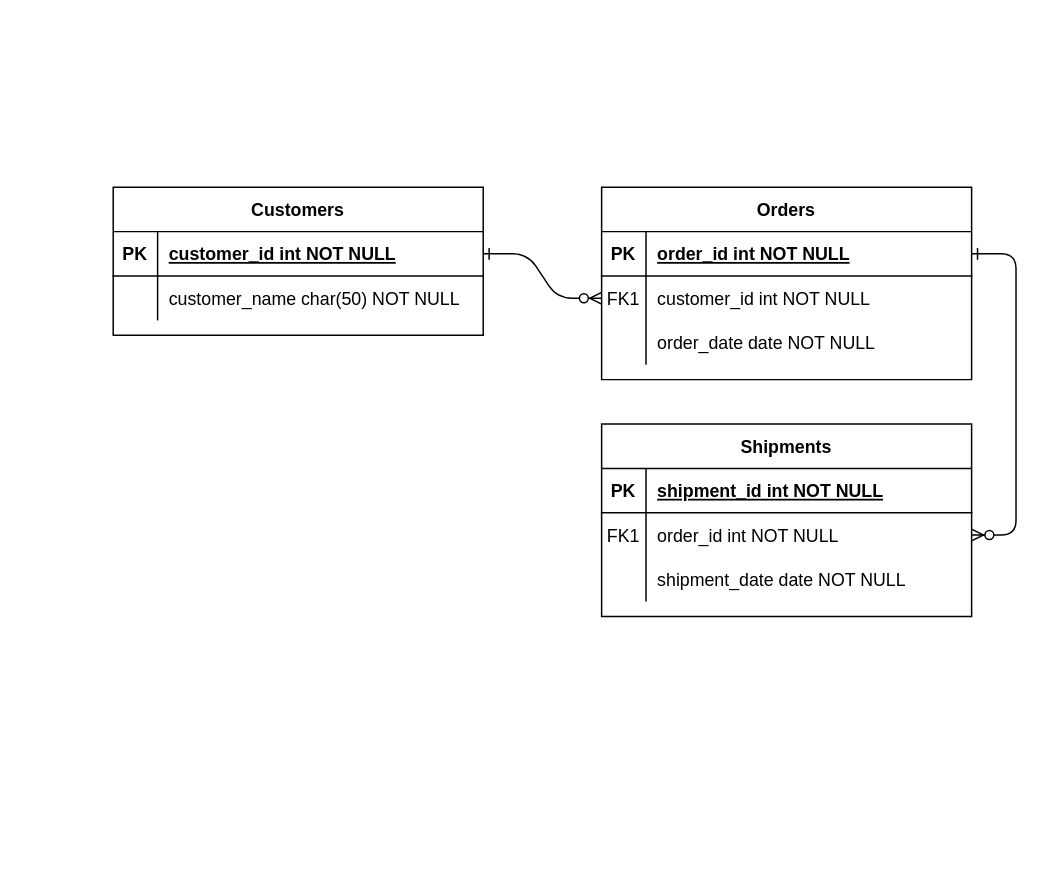
The draw.io diagram database/migrations/Untitled Diagram.drawio in namanbairagi3/3june2024-electro-, before the edit. Source tidied: cells renumbered, new cells numbered last; positions are measured from the earlier drawing's top-left corner, leaving out a move shared by most shapes. Both pictures are drawn from the tidied source at 148%, with x=0, y=0 at pixel (112, 186).
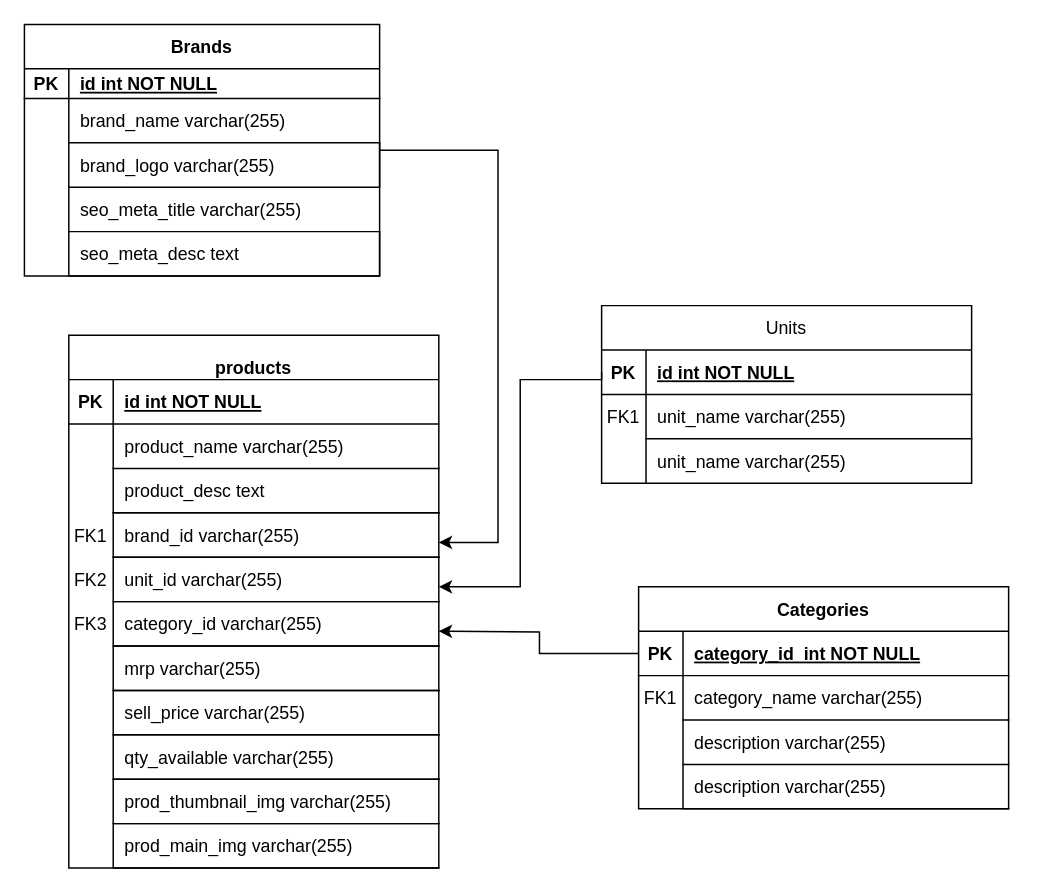
After the change.

The change refers to these unchanged cells:
```xml
<mxCell id="5" style="shape=partialRectangle;fillColor=none;points=[[0,0.5],[1,0.5]];portConstraint=eastwest;top=0;left=0;right=0;bottom=1;" parent="4" vertex="1">
  <mxGeometry y="30" width="250" height="30" as="geometry" />
</mxCell>
<mxCell id="8" style="shape=partialRectangle;fillColor=none;points=[[0,0.5],[1,0.5]];portConstraint=eastwest;top=0;left=0;right=0;bottom=0;" parent="4" vertex="1">
  <mxGeometry y="60" width="250" height="30" as="geometry" />
</mxCell>
<mxCell id="11" style="shape=partialRectangle;fillColor=none;top=0;left=0;right=0;bottom=0;" parent="4" vertex="1">
  <mxGeometry y="90" width="250" height="30" as="geometry" />
</mxCell>
```

The edit, as a diff of the source:
```diff
@@
-    <mxCell id="2" style="edgeStyle=entityRelationEdgeStyle;endArrow=ERzeroToMany;startArrow=ERone;endFill=1;startFill=0;" parent="1" edge="1" source="25" target="8">
-      <mxGeometry relative="1" as="geometry" />
-    </mxCell>
-    <mxCell id="3" style="edgeStyle=entityRelationEdgeStyle;endArrow=ERzeroToMany;startArrow=ERone;endFill=1;startFill=0;" parent="1" edge="1" source="5" target="18">
-      <mxGeometry relative="1" as="geometry" />
-    </mxCell>
+    <mxCell id="14" value="Units" style="shape=table;startSize=30;childLayout=tableLayout;rowLines=0;fontStyle=0;align=center;" parent="1" vertex="1">
+      <mxGeometry x="330" y="80" width="250" height="120" as="geometry" />
+    </mxCell>
+    <mxCell id="15" style="shape=partialRectangle;fillColor=none;points=[[0,0.5],[1,0.5]];portConstraint=eastwest;top=0;left=0;right=0;bottom=1;" parent="14" vertex="1">
+      <mxGeometry y="30" width="250" height="30" as="geometry" />
+    </mxCell>
+    <mxCell id="16" value="PK" style="shape=partialRectangle;overflow=hidden;fillColor=none;top=0;left=0;bottom=0;right=0;fontStyle=1;" parent="15" vertex="1">
+      <mxGeometry width="30" height="30" as="geometry" />
+    </mxCell>
+    <mxCell id="17" value="id int NOT NULL " style="shape=partialRectangle;overflow=hidden;fillColor=none;top=0;left=0;bottom=0;right=0;align=left;spacingLeft=6;fontStyle=5;" parent="15" vertex="1">
+      <mxGeometry x="30" width="220" height="30" as="geometry" />
+    </mxCell>
+    <mxCell id="18" style="shape=partialRectangle;fillColor=none;points=[[0,0.5],[1,0.5]];portConstraint=eastwest;top=0;left=0;right=0;bottom=0;" parent="14" vertex="1">
+      <mxGeometry y="60" width="250" height="30" as="geometry" />
+    </mxCell>
+    <mxCell id="19" value="FK1" style="shape=partialRectangle;overflow=hidden;fillColor=none;top=0;left=0;bottom=0;right=0;" parent="18" vertex="1">
+      <mxGeometry width="30" height="30" as="geometry" />
+    </mxCell>
+    <mxCell id="20" value="unit_name varchar(255)" style="shape=partialRectangle;overflow=hidden;fillColor=none;top=0;left=0;bottom=0;right=0;align=left;spacingLeft=6;" parent="18" vertex="1">
+      <mxGeometry x="30" width="220" height="30" as="geometry" />
+    </mxCell>
+    <mxCell id="21" style="shape=partialRectangle;fillColor=none;top=0;left=0;right=0;bottom=0;" parent="14" vertex="1">
+      <mxGeometry y="90" width="250" height="30" as="geometry" />
+    </mxCell>
+    <mxCell id="22" style="shape=partialRectangle;overflow=hidden;fillColor=none;top=0;left=0;bottom=0;right=0;" parent="21" vertex="1">
+      <mxGeometry width="30" height="30" as="geometry" />
+    </mxCell>
+    <mxCell id="23" value="unit_name varchar(255)" style="shape=partialRectangle;overflow=hidden;fillColor=none;top=1;left=0;bottom=0;right=0;align=left;spacingLeft=6;" parent="21" vertex="1">
+      <mxGeometry x="30" width="220" height="30" as="geometry" />
+    </mxCell>
+    <mxCell id="31" style="edgeStyle=orthogonalEdgeStyle;rounded=0;jettySize=auto;html=1;" parent="1" edge="1" source="24">
+      <mxGeometry relative="1" as="geometry">
+        <mxPoint x="220" y="240" as="targetPoint" />
+        <Array as="points">
+          <mxPoint x="260" y="-25" />
+          <mxPoint x="260" y="240" />
+        </Array>
+      </mxGeometry>
+    </mxCell>
+    <mxCell id="24" value="Brands" style="shape=table;startSize=30;childLayout=tableLayout;rowLines=0;fontStyle=1;align=center;" parent="1" vertex="1">
+      <mxGeometry x="-60" y="-110" width="240" height="170" as="geometry" />
+    </mxCell>
+    <mxCell id="25" style="shape=partialRectangle;fillColor=none;points=[[0,0.5],[1,0.5]];portConstraint=eastwest;top=0;left=0;right=0;bottom=1;" parent="24" vertex="1">
+      <mxGeometry y="30" width="240" height="20" as="geometry" />
+    </mxCell>
+    <mxCell id="26" value="PK" style="shape=partialRectangle;overflow=hidden;fillColor=none;top=0;left=0;bottom=0;right=0;fontStyle=1;" parent="25" vertex="1">
+      <mxGeometry width="30" height="20" as="geometry" />
+    </mxCell>
+    <mxCell id="27" value="id int NOT NULL " style="shape=partialRectangle;overflow=hidden;fillColor=none;top=0;left=0;bottom=0;right=0;align=left;spacingLeft=6;fontStyle=5;" parent="25" vertex="1">
+      <mxGeometry x="30" width="210" height="20" as="geometry" />
+    </mxCell>
+    <mxCell id="28" style="shape=partialRectangle;fillColor=none;top=0;left=0;right=0;bottom=0;" parent="24" vertex="1">
+      <mxGeometry y="50" width="240" height="30" as="geometry" />
+    </mxCell>
+    <mxCell id="29" style="shape=partialRectangle;overflow=hidden;fillColor=none;top=0;left=0;bottom=0;right=0;" parent="28" vertex="1">
+      <mxGeometry width="30" height="30" as="geometry" />
+    </mxCell>
+    <mxCell id="30" value="brand_name varchar(255)" style="shape=partialRectangle;overflow=hidden;fillColor=none;top=0;left=0;bottom=0;right=0;align=left;spacingLeft=6;" parent="28" vertex="1">
+      <mxGeometry x="30" width="210" height="30" as="geometry" />
+    </mxCell>
+    <mxCell id="32" value="&#10;products" style="shape=table;startSize=30;childLayout=tableLayout;rowLines=0;fontStyle=1;align=center;" parent="1" vertex="1">
+      <mxGeometry x="-30" y="100" width="250" height="360" as="geometry" />
+    </mxCell>
+    <mxCell id="33" style="shape=partialRectangle;fillColor=none;top=0;left=0;right=0;bottom=1;" parent="32" vertex="1">
+      <mxGeometry y="30" width="250" height="30" as="geometry" />
+    </mxCell>
+    <mxCell id="34" value="PK" style="shape=partialRectangle;overflow=hidden;fillColor=none;top=0;left=0;bottom=0;right=0;fontStyle=1;" parent="33" vertex="1">
+      <mxGeometry width="30" height="30" as="geometry" />
+    </mxCell>
+    <mxCell id="35" value="id int NOT NULL " style="shape=partialRectangle;overflow=hidden;fillColor=none;top=0;left=0;bottom=0;right=0;align=left;spacingLeft=6;fontStyle=5;" parent="33" vertex="1">
+      <mxGeometry x="30" width="220" height="30" as="geometry" />
+    </mxCell>
+    <mxCell id="36" style="shape=partialRectangle;fillColor=none;top=0;left=0;right=0;bottom=0;" parent="32" vertex="1">
+      <mxGeometry y="60" width="250" height="30" as="geometry" />
+    </mxCell>
+    <mxCell id="37" style="shape=partialRectangle;overflow=hidden;fillColor=none;top=0;left=0;bottom=0;right=0;" parent="36" vertex="1">
+      <mxGeometry width="30" height="30" as="geometry" />
+    </mxCell>
+    <mxCell id="38" value="product_name varchar(255)" style="shape=partialRectangle;overflow=hidden;fillColor=none;top=0;left=0;bottom=0;right=0;align=left;spacingLeft=6;" parent="36" vertex="1">
+      <mxGeometry x="30" width="220" height="30" as="geometry" />
+    </mxCell>
+    <mxCell id="39" style="shape=partialRectangle;fillColor=none;top=0;left=0;right=0;bottom=0;" parent="32" vertex="1">
+      <mxGeometry y="90" width="250" height="30" as="geometry" />
+    </mxCell>
+    <mxCell id="40" style="shape=partialRectangle;overflow=hidden;fillColor=none;top=0;left=0;bottom=0;right=0;" parent="39" vertex="1">
+      <mxGeometry width="30" height="30" as="geometry" />
+    </mxCell>
+    <mxCell id="41" value="product_desc text" style="shape=partialRectangle;overflow=hidden;fillColor=none;top=1;left=0;bottom=1;right=0;align=left;spacingLeft=6;" parent="39" vertex="1">
+      <mxGeometry x="30" width="220" height="30" as="geometry" />
+    </mxCell>
+    <mxCell id="42" value="brand_logo varchar(255)" style="shape=partialRectangle;overflow=hidden;fillColor=none;top=1;left=1;bottom=1;right=1;align=left;spacingLeft=6;" parent="1" vertex="1">
+      <mxGeometry x="-30" y="-30" width="210" height="30" as="geometry" />
+    </mxCell>
+    <mxCell id="43" value="seo_meta_title varchar(255)" style="shape=partialRectangle;overflow=hidden;fillColor=none;top=0;left=1;bottom=0;right=0;align=left;spacingLeft=6;" parent="1" vertex="1">
+      <mxGeometry x="-30" width="210" height="30" as="geometry" />
+    </mxCell>
+    <mxCell id="44" value="seo_meta_desc text" style="shape=partialRectangle;overflow=hidden;fillColor=none;top=1;left=1;bottom=1;right=1;align=left;spacingLeft=6;" parent="1" vertex="1">
+      <mxGeometry x="-30" y="30" width="210" height="30" as="geometry" />
+    </mxCell>
+    <mxCell id="45" value="brand_id varchar(255)" style="shape=partialRectangle;overflow=hidden;fillColor=none;top=1;left=1;bottom=1;right=0;align=left;spacingLeft=6;" parent="1" vertex="1">
+      <mxGeometry y="220" width="220" height="30" as="geometry" />
+    </mxCell>
+    <mxCell id="46" value="unit_id varchar(255)" style="shape=partialRectangle;overflow=hidden;fillColor=none;top=1;left=1;bottom=1;right=0;align=left;spacingLeft=6;" parent="1" vertex="1">
+      <mxGeometry y="250" width="220" height="30" as="geometry" />
+    </mxCell>
+    <mxCell id="47" value="category_id varchar(255)" style="shape=partialRectangle;overflow=hidden;fillColor=none;top=1;left=1;bottom=1;right=0;align=left;spacingLeft=6;" parent="1" vertex="1">
+      <mxGeometry y="280" width="220" height="30" as="geometry" />
+    </mxCell>
+    <mxCell id="48" value="mrp varchar(255)" style="shape=partialRectangle;overflow=hidden;fillColor=none;top=1;left=1;bottom=1;right=0;align=left;spacingLeft=6;" parent="1" vertex="1">
+      <mxGeometry y="310" width="220" height="30" as="geometry" />
+    </mxCell>
+    <mxCell id="49" value="sell_price varchar(255)" style="shape=partialRectangle;overflow=hidden;fillColor=none;top=1;left=1;bottom=1;right=0;align=left;spacingLeft=6;" parent="1" vertex="1">
+      <mxGeometry y="340" width="220" height="30" as="geometry" />
+    </mxCell>
+    <mxCell id="50" value="qty_available varchar(255)" style="shape=partialRectangle;overflow=hidden;fillColor=none;top=1;left=1;bottom=1;right=0;align=left;spacingLeft=6;" parent="1" vertex="1">
+      <mxGeometry y="370" width="220" height="30" as="geometry" />
+    </mxCell>
+    <mxCell id="51" value="prod_thumbnail_img varchar(255)" style="shape=partialRectangle;overflow=hidden;fillColor=none;top=1;left=1;bottom=1;right=0;align=left;spacingLeft=6;" parent="1" vertex="1">
+      <mxGeometry y="400" width="220" height="30" as="geometry" />
+    </mxCell>
+    <mxCell id="52" value="prod_main_img varchar(255)" style="shape=partialRectangle;overflow=hidden;fillColor=none;top=1;left=1;bottom=1;right=0;align=left;spacingLeft=6;" parent="1" vertex="1">
+      <mxGeometry y="430" width="220" height="30" as="geometry" />
+    </mxCell>
+    <mxCell id="53" style="edgeStyle=orthogonalEdgeStyle;rounded=0;jettySize=auto;html=1;exitX=0;exitY=0.5;exitDx=0;exitDy=0;" parent="1" edge="1" source="5">
+      <mxGeometry relative="1" as="geometry">
+        <mxPoint x="220" y="300" as="targetPoint" />
+      </mxGeometry>
+    </mxCell>
-    <mxCell id="4" value="Orders" style="shape=table;startSize=30;childLayout=tableLayout;rowLines=0;fontStyle=1;align=center;" parent="1" vertex="1">
-      <mxGeometry x="330" width="250" height="130" as="geometry" />
+    <mxCell id="4" value="Categories" style="shape=table;startSize=30;childLayout=tableLayout;rowLines=0;fontStyle=1;align=center;" parent="1" vertex="1">
+      <mxGeometry x="355" y="270" width="250" height="150" as="geometry" />
     </mxCell>
@@
-    <mxCell id="7" value="order_id int NOT NULL " style="shape=partialRectangle;overflow=hidden;fillColor=none;top=0;left=0;bottom=0;right=0;align=left;spacingLeft=6;fontStyle=5;" parent="5" vertex="1">
+    <mxCell id="7" value="category_id  int NOT NULL " style="shape=partialRectangle;overflow=hidden;fillColor=none;top=0;left=0;bottom=0;right=0;align=left;spacingLeft=6;fontStyle=5;" parent="5" vertex="1">
       <mxGeometry x="30" width="220" height="30" as="geometry" />
     </mxCell>
@@
-    <mxCell id="10" value="customer_id int NOT NULL" style="shape=partialRectangle;overflow=hidden;fillColor=none;top=0;left=0;bottom=0;right=0;align=left;spacingLeft=6;" parent="8" vertex="1">
+    <mxCell id="10" value="category_name varchar(255)" style="shape=partialRectangle;overflow=hidden;fillColor=none;top=0;left=0;bottom=0;right=0;align=left;spacingLeft=6;" parent="8" vertex="1">
       <mxGeometry x="30" width="220" height="30" as="geometry" />
     </mxCell>
@@
-    <mxCell id="13" value="order_date date NOT NULL" style="shape=partialRectangle;overflow=hidden;fillColor=none;top=0;left=0;bottom=0;right=0;align=left;spacingLeft=6;" parent="11" vertex="1">
+    <mxCell id="13" value="description varchar(255)" style="shape=partialRectangle;overflow=hidden;fillColor=none;top=1;left=0;bottom=0;right=0;align=left;spacingLeft=6;" parent="11" vertex="1">
       <mxGeometry x="30" width="220" height="30" as="geometry" />
     </mxCell>
-    <mxCell id="14" value="Shipments" style="shape=table;startSize=30;childLayout=tableLayout;rowLines=0;fontStyle=1;align=center;" parent="1" vertex="1">
-      <mxGeometry x="330" y="160" width="250" height="130" as="geometry" />
-    </mxCell>
-    <mxCell id="15" style="shape=partialRectangle;fillColor=none;points=[[0,0.5],[1,0.5]];portConstraint=eastwest;top=0;left=0;right=0;bottom=1;" parent="14" vertex="1">
-      <mxGeometry y="30" width="250" height="30" as="geometry" />
-    </mxCell>
-    <mxCell id="16" value="PK" style="shape=partialRectangle;overflow=hidden;fillColor=none;top=0;left=0;bottom=0;right=0;fontStyle=1;" parent="15" vertex="1">
-      <mxGeometry width="30" height="30" as="geometry" />
-    </mxCell>
-    <mxCell id="17" value="shipment_id int NOT NULL " style="shape=partialRectangle;overflow=hidden;fillColor=none;top=0;left=0;bottom=0;right=0;align=left;spacingLeft=6;fontStyle=5;" parent="15" vertex="1">
-      <mxGeometry x="30" width="220" height="30" as="geometry" />
-    </mxCell>
-    <mxCell id="18" style="shape=partialRectangle;fillColor=none;points=[[0,0.5],[1,0.5]];portConstraint=eastwest;top=0;left=0;right=0;bottom=0;" parent="14" vertex="1">
-      <mxGeometry y="60" width="250" height="30" as="geometry" />
-    </mxCell>
-    <mxCell id="19" value="FK1" style="shape=partialRectangle;overflow=hidden;fillColor=none;top=0;left=0;bottom=0;right=0;" parent="18" vertex="1">
-      <mxGeometry width="30" height="30" as="geometry" />
-    </mxCell>
-    <mxCell id="20" value="order_id int NOT NULL" style="shape=partialRectangle;overflow=hidden;fillColor=none;top=0;left=0;bottom=0;right=0;align=left;spacingLeft=6;" parent="18" vertex="1">
-      <mxGeometry x="30" width="220" height="30" as="geometry" />
-    </mxCell>
-    <mxCell id="21" style="shape=partialRectangle;fillColor=none;top=0;left=0;right=0;bottom=0;" parent="14" vertex="1">
-      <mxGeometry y="90" width="250" height="30" as="geometry" />
-    </mxCell>
-    <mxCell id="22" style="shape=partialRectangle;overflow=hidden;fillColor=none;top=0;left=0;bottom=0;right=0;" parent="21" vertex="1">
-      <mxGeometry width="30" height="30" as="geometry" />
-    </mxCell>
-    <mxCell id="23" value="shipment_date date NOT NULL" style="shape=partialRectangle;overflow=hidden;fillColor=none;top=0;left=0;bottom=0;right=0;align=left;spacingLeft=6;" parent="21" vertex="1">
-      <mxGeometry x="30" width="220" height="30" as="geometry" />
-    </mxCell>
-    <mxCell id="24" value="Customers" style="shape=table;startSize=30;childLayout=tableLayout;rowLines=0;fontStyle=1;align=center;" parent="1" vertex="1">
-      <mxGeometry width="250" height="100" as="geometry" />
-    </mxCell>
-    <mxCell id="25" style="shape=partialRectangle;fillColor=none;points=[[0,0.5],[1,0.5]];portConstraint=eastwest;top=0;left=0;right=0;bottom=1;" parent="24" vertex="1">
-      <mxGeometry y="30" width="250" height="30" as="geometry" />
-    </mxCell>
-    <mxCell id="26" value="PK" style="shape=partialRectangle;overflow=hidden;fillColor=none;top=0;left=0;bottom=0;right=0;fontStyle=1;" parent="25" vertex="1">
-      <mxGeometry width="30" height="30" as="geometry" />
-    </mxCell>
-    <mxCell id="27" value="customer_id int NOT NULL " style="shape=partialRectangle;overflow=hidden;fillColor=none;top=0;left=0;bottom=0;right=0;align=left;spacingLeft=6;fontStyle=5;" parent="25" vertex="1">
-      <mxGeometry x="30" width="220" height="30" as="geometry" />
-    </mxCell>
-    <mxCell id="28" style="shape=partialRectangle;fillColor=none;top=0;left=0;right=0;bottom=0;" parent="24" vertex="1">
-      <mxGeometry y="60" width="250" height="30" as="geometry" />
-    </mxCell>
-    <mxCell id="29" style="shape=partialRectangle;overflow=hidden;fillColor=none;top=0;left=0;bottom=0;right=0;" parent="28" vertex="1">
-      <mxGeometry width="30" height="30" as="geometry" />
-    </mxCell>
-    <mxCell id="30" value="customer_name char(50) NOT NULL" style="shape=partialRectangle;overflow=hidden;fillColor=none;top=0;left=0;bottom=0;right=0;align=left;spacingLeft=6;" parent="28" vertex="1">
-      <mxGeometry x="30" width="220" height="30" as="geometry" />
-    </mxCell>
+    <mxCell id="54" value="description varchar(255)" style="shape=partialRectangle;overflow=hidden;fillColor=none;top=1;left=1;bottom=1;right=0;align=left;spacingLeft=6;" parent="1" vertex="1">
+      <mxGeometry x="385" y="390" width="220" height="30" as="geometry" />
+    </mxCell>
+    <mxCell id="55" value="FK1" style="shape=partialRectangle;overflow=hidden;fillColor=none;top=0;left=0;bottom=0;right=0;" parent="1" vertex="1">
+      <mxGeometry x="-30" y="220" width="30" height="30" as="geometry" />
+    </mxCell>
+    <mxCell id="56" value="FK2" style="shape=partialRectangle;overflow=hidden;fillColor=none;top=0;left=0;bottom=0;right=0;" parent="1" vertex="1">
+      <mxGeometry x="-30" y="250" width="30" height="30" as="geometry" />
+    </mxCell>
+    <mxCell id="57" value="FK3" style="shape=partialRectangle;overflow=hidden;fillColor=none;top=0;left=0;bottom=0;right=0;" parent="1" vertex="1">
+      <mxGeometry x="-30" y="280" width="30" height="30" as="geometry" />
+    </mxCell>
+    <mxCell id="58" style="edgeStyle=orthogonalEdgeStyle;rounded=0;jettySize=auto;html=1;exitX=0;exitY=0.5;exitDx=0;exitDy=0;" parent="1" edge="1" source="15">
+      <mxGeometry relative="1" as="geometry">
+        <mxPoint x="220" y="270" as="targetPoint" />
+        <Array as="points">
+          <mxPoint x="330" y="130" />
+          <mxPoint x="275" y="130" />
+          <mxPoint x="275" y="270" />
+        </Array>
+      </mxGeometry>
+    </mxCell>
```
